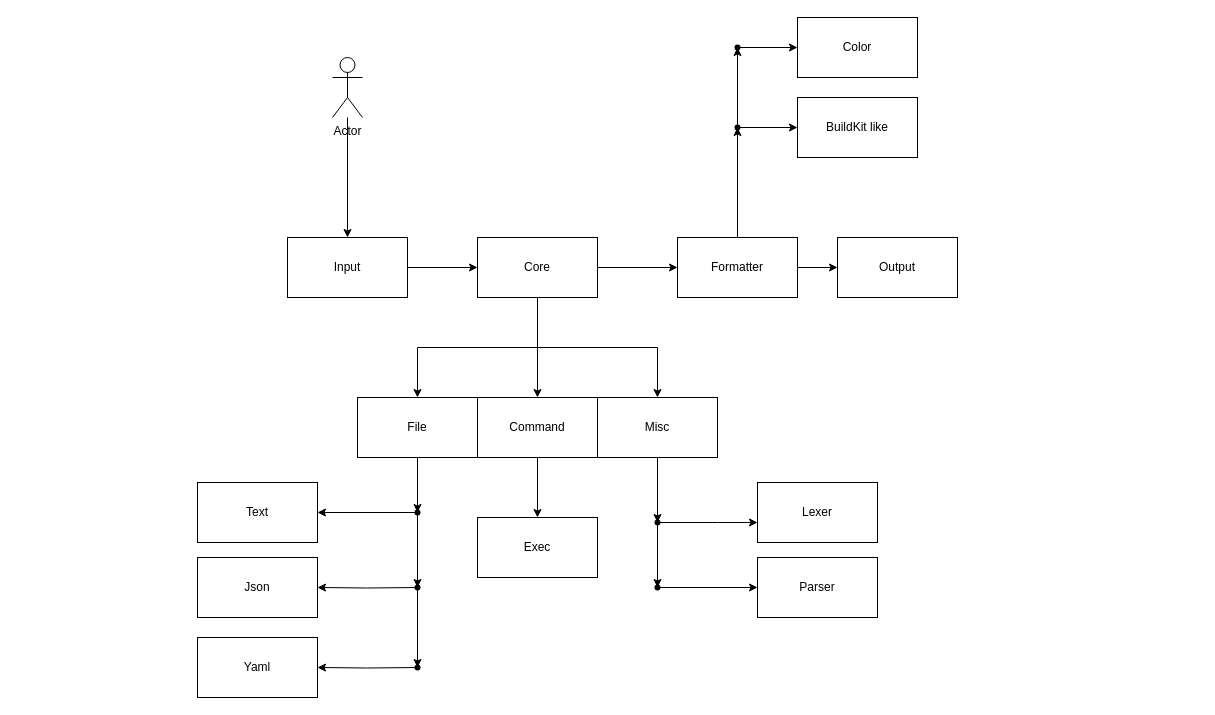
The draw.io diagram justcli.drawio in jahid90/just-cli, before the edit. Source tidied: cells renumbered, new cells numbered last; positions are measured from the earlier drawing's top-left corner, leaving out a move shared by most shapes. Both pictures are drawn from the tidied source at 100%, with x=0, y=0 at pixel (197, 17).
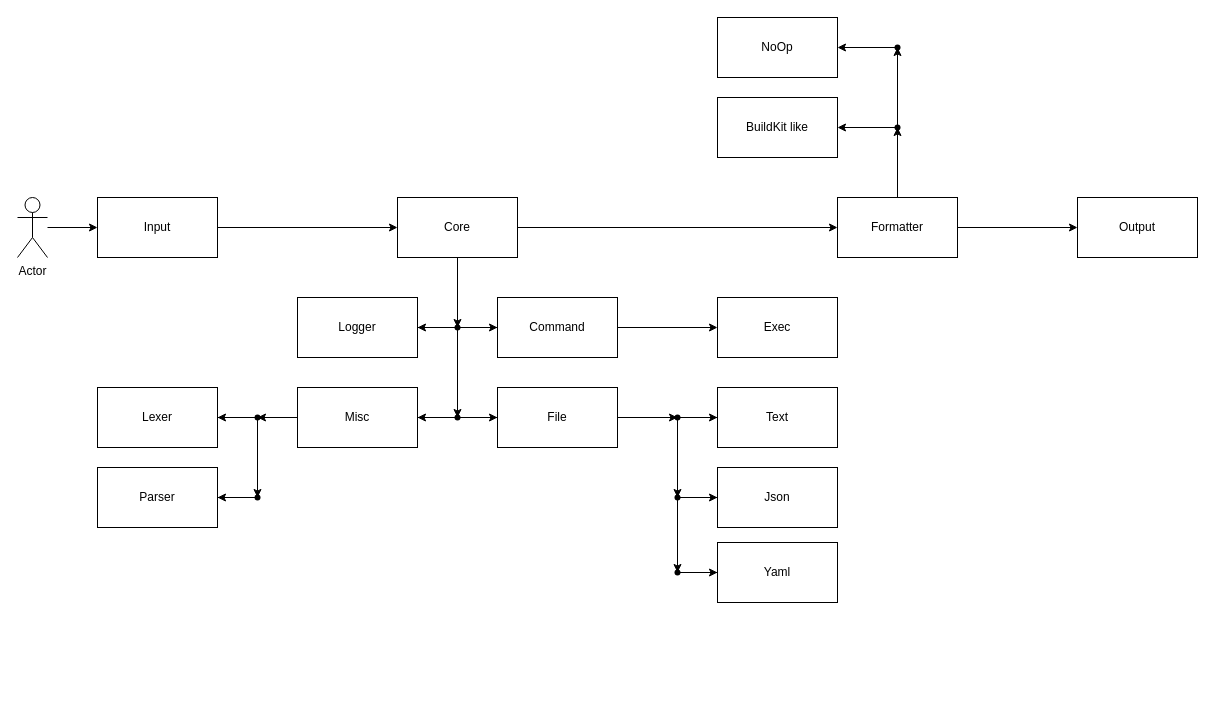
Above is the later version.

The edit, as a diff of the source:
```diff
@@
-    <mxCell id="3" style="edgeStyle=orthogonalEdgeStyle;rounded=0;jettySize=auto;html=1;" parent="1" edge="1" source="6" target="15">
-      <mxGeometry relative="1" as="geometry" />
-    </mxCell>
-    <mxCell id="4" style="edgeStyle=orthogonalEdgeStyle;rounded=0;jettySize=auto;html=1;entryX=0.5;entryY=0;entryDx=0;entryDy=0;" parent="1" edge="1" source="6" target="17">
-      <mxGeometry relative="1" as="geometry" />
-    </mxCell>
-    <mxCell id="5" style="edgeStyle=orthogonalEdgeStyle;rounded=0;jettySize=auto;html=1;entryX=0.5;entryY=0;entryDx=0;entryDy=0;" parent="1" edge="1" source="6" target="13">
-      <mxGeometry relative="1" as="geometry" />
-    </mxCell>
+    <mxCell id="47" style="edgeStyle=orthogonalEdgeStyle;rounded=0;jettySize=auto;html=1;" parent="1" edge="1" source="6" target="55">
+      <mxGeometry relative="1" as="geometry" />
+    </mxCell>
     <mxCell id="6" value="Core" style="rounded=0;whiteSpace=wrap;html=1;" parent="1" vertex="1">
-      <mxGeometry x="280" y="220" width="120" height="60" as="geometry" />
+      <mxGeometry x="200" y="180" width="120" height="60" as="geometry" />
     </mxCell>
@@
     <mxCell id="8" value="Input" style="rounded=0;whiteSpace=wrap;html=1;" parent="1" vertex="1">
-      <mxGeometry x="90" y="220" width="120" height="60" as="geometry" />
+      <mxGeometry x="-100" y="180" width="120" height="60" as="geometry" />
     </mxCell>
@@
-    <mxCell id="10" style="edgeStyle=orthogonalEdgeStyle;rounded=0;jettySize=auto;html=1;" parent="1" edge="1" source="11" target="44">
-      <mxGeometry relative="1" as="geometry" />
-    </mxCell>
+    <mxCell id="48" style="edgeStyle=orthogonalEdgeStyle;rounded=0;jettySize=auto;html=1;" parent="1" edge="1" source="11" target="74">
+      <mxGeometry relative="1" as="geometry" />
+    </mxCell>
     <mxCell id="11" value="Formatter" style="rounded=0;whiteSpace=wrap;html=1;" parent="1" vertex="1">
-      <mxGeometry x="480" y="220" width="120" height="60" as="geometry" />
+      <mxGeometry x="640" y="180" width="120" height="60" as="geometry" />
     </mxCell>
-    <mxCell id="12" style="edgeStyle=orthogonalEdgeStyle;rounded=0;jettySize=auto;html=1;" parent="1" edge="1" source="13" target="23">
-      <mxGeometry relative="1" as="geometry" />
-    </mxCell>
+    <mxCell id="49" style="edgeStyle=orthogonalEdgeStyle;rounded=0;jettySize=auto;html=1;" parent="1" edge="1" source="13" target="61">
+      <mxGeometry relative="1" as="geometry" />
+    </mxCell>
     <mxCell id="13" value="File" style="rounded=0;whiteSpace=wrap;html=1;" parent="1" vertex="1">
-      <mxGeometry x="160" y="380" width="120" height="60" as="geometry" />
+      <mxGeometry x="300" y="370" width="120" height="60" as="geometry" />
     </mxCell>
@@
     <mxCell id="15" value="Command" style="rounded=0;whiteSpace=wrap;html=1;" parent="1" vertex="1">
-      <mxGeometry x="280" y="380" width="120" height="60" as="geometry" />
+      <mxGeometry x="300" y="280" width="120" height="60" as="geometry" />
     </mxCell>
-    <mxCell id="16" style="edgeStyle=orthogonalEdgeStyle;rounded=0;jettySize=auto;html=1;" parent="1" edge="1" source="17" target="34">
-      <mxGeometry relative="1" as="geometry" />
-    </mxCell>
+    <mxCell id="50" style="edgeStyle=orthogonalEdgeStyle;rounded=0;jettySize=auto;html=1;" parent="1" edge="1" source="17" target="69">
+      <mxGeometry relative="1" as="geometry" />
+    </mxCell>
     <mxCell id="17" value="Misc" style="rounded=0;whiteSpace=wrap;html=1;" parent="1" vertex="1">
-      <mxGeometry x="400" y="380" width="120" height="60" as="geometry" />
+      <mxGeometry x="100" y="370" width="120" height="60" as="geometry" />
     </mxCell>
     <mxCell id="18" value="Text" style="rounded=0;whiteSpace=wrap;html=1;" parent="1" vertex="1">
-      <mxGeometry y="465" width="120" height="60" as="geometry" />
+      <mxGeometry x="520" y="370" width="120" height="60" as="geometry" />
     </mxCell>
     <mxCell id="19" value="Json" style="rounded=0;whiteSpace=wrap;html=1;" parent="1" vertex="1">
-      <mxGeometry y="540" width="120" height="60" as="geometry" />
+      <mxGeometry x="520" y="450" width="120" height="60" as="geometry" />
     </mxCell>
     <mxCell id="20" value="Yaml" style="rounded=0;whiteSpace=wrap;html=1;" parent="1" vertex="1">
-      <mxGeometry y="620" width="120" height="60" as="geometry" />
+      <mxGeometry x="520" y="525" width="120" height="60" as="geometry" />
     </mxCell>
-    <mxCell id="21" style="edgeStyle=orthogonalEdgeStyle;rounded=0;jettySize=auto;html=1;" parent="1" edge="1" source="23" target="18">
-      <mxGeometry relative="1" as="geometry" />
-    </mxCell>
-    <mxCell id="22" style="edgeStyle=orthogonalEdgeStyle;rounded=0;jettySize=auto;html=1;" parent="1" edge="1" source="23" target="26">
-      <mxGeometry relative="1" as="geometry" />
-    </mxCell>
-    <mxCell id="23" style="shape=waypoint;size=6;points=[];fillColor=#2a2a2a;perimeter=centerPerimeter;snapToPoint=1;rounded=0;" parent="1" vertex="1">
-      <mxGeometry x="200" y="475" width="40" height="40" as="geometry" />
-    </mxCell>
-    <mxCell id="24" style="edgeStyle=orthogonalEdgeStyle;rounded=0;jettySize=auto;html=1;" parent="1" edge="1" target="19">
-      <mxGeometry relative="1" as="geometry">
-        <mxPoint x="220" y="570" as="sourcePoint" />
-      </mxGeometry>
-    </mxCell>
-    <mxCell id="25" style="edgeStyle=orthogonalEdgeStyle;rounded=0;jettySize=auto;html=1;" parent="1" edge="1" source="26" target="28">
-      <mxGeometry relative="1" as="geometry" />
-    </mxCell>
-    <mxCell id="26" style="shape=waypoint;size=6;points=[];fillColor=#2a2a2a;perimeter=centerPerimeter;snapToPoint=1;rounded=0;" parent="1" vertex="1">
-      <mxGeometry x="200" y="550" width="40" height="40" as="geometry" />
-    </mxCell>
-    <mxCell id="27" style="edgeStyle=orthogonalEdgeStyle;rounded=0;jettySize=auto;html=1;" parent="1" edge="1" target="20">
-      <mxGeometry relative="1" as="geometry">
-        <mxPoint x="220" y="650" as="sourcePoint" />
-      </mxGeometry>
-    </mxCell>
-    <mxCell id="28" style="shape=waypoint;size=6;points=[];fillColor=#2a2a2a;perimeter=centerPerimeter;snapToPoint=1;rounded=0;" parent="1" vertex="1">
-      <mxGeometry x="200" y="630" width="40" height="40" as="geometry" />
-    </mxCell>
     <mxCell id="29" value="Exec" style="rounded=0;whiteSpace=wrap;html=1;" parent="1" vertex="1">
-      <mxGeometry x="280" y="500" width="120" height="60" as="geometry" />
+      <mxGeometry x="520" y="280" width="120" height="60" as="geometry" />
     </mxCell>
     <mxCell id="30" value="Lexer" style="rounded=0;whiteSpace=wrap;html=1;" parent="1" vertex="1">
-      <mxGeometry x="560" y="465" width="120" height="60" as="geometry" />
+      <mxGeometry x="-100" y="370" width="120" height="60" as="geometry" />
     </mxCell>
     <mxCell id="31" value="Parser" style="rounded=0;whiteSpace=wrap;html=1;" parent="1" vertex="1">
-      <mxGeometry x="560" y="540" width="120" height="60" as="geometry" />
+      <mxGeometry x="-100" y="450" width="120" height="60" as="geometry" />
     </mxCell>
-    <mxCell id="32" style="edgeStyle=orthogonalEdgeStyle;rounded=0;jettySize=auto;html=1;" parent="1" edge="1" source="34">
-      <mxGeometry relative="1" as="geometry">
-        <mxPoint x="560" y="505" as="targetPoint" />
-      </mxGeometry>
-    </mxCell>
-    <mxCell id="33" style="edgeStyle=orthogonalEdgeStyle;rounded=0;jettySize=auto;html=1;" parent="1" edge="1" source="34" target="36">
-      <mxGeometry relative="1" as="geometry" />
-    </mxCell>
-    <mxCell id="34" style="shape=waypoint;size=6;points=[];fillColor=#2a2a2a;perimeter=centerPerimeter;snapToPoint=1;rounded=0;" parent="1" vertex="1">
-      <mxGeometry x="440" y="485" width="40" height="40" as="geometry" />
-    </mxCell>
-    <mxCell id="35" style="edgeStyle=orthogonalEdgeStyle;rounded=0;jettySize=auto;html=1;" parent="1" edge="1" source="36" target="31">
-      <mxGeometry relative="1" as="geometry" />
-    </mxCell>
-    <mxCell id="36" style="shape=waypoint;size=6;points=[];fillColor=#2a2a2a;perimeter=centerPerimeter;snapToPoint=1;rounded=0;" parent="1" vertex="1">
-      <mxGeometry x="440" y="550" width="40" height="40" as="geometry" />
-    </mxCell>
@@
     <mxCell id="38" value="Actor" style="shape=umlActor;verticalLabelPosition=bottom;verticalAlign=top;html=1;outlineConnect=0;" parent="1" vertex="1">
-      <mxGeometry x="135" y="40" width="30" height="60" as="geometry" />
+      <mxGeometry x="-180" y="180" width="30" height="60" as="geometry" />
     </mxCell>
     <mxCell id="39" value="Output" style="rounded=0;whiteSpace=wrap;html=1;" parent="1" vertex="1">
-      <mxGeometry x="640" y="220" width="120" height="60" as="geometry" />
+      <mxGeometry x="880" y="180" width="120" height="60" as="geometry" />
     </mxCell>
     <mxCell id="40" value="BuildKit like" style="rounded=0;whiteSpace=wrap;html=1;" parent="1" vertex="1">
-      <mxGeometry x="600" y="80" width="120" height="60" as="geometry" />
+      <mxGeometry x="520" y="80" width="120" height="60" as="geometry" />
     </mxCell>
-    <mxCell id="41" value="Color" style="rounded=0;whiteSpace=wrap;html=1;" parent="1" vertex="1">
-      <mxGeometry x="600" width="120" height="60" as="geometry" />
+    <mxCell id="41" value="NoOp" style="rounded=0;whiteSpace=wrap;html=1;" parent="1" vertex="1">
+      <mxGeometry x="520" width="120" height="60" as="geometry" />
     </mxCell>
-    <mxCell id="42" style="edgeStyle=orthogonalEdgeStyle;rounded=0;jettySize=auto;html=1;" parent="1" edge="1" source="44" target="40">
-      <mxGeometry relative="1" as="geometry" />
-    </mxCell>
-    <mxCell id="43" style="edgeStyle=orthogonalEdgeStyle;rounded=0;jettySize=auto;html=1;" parent="1" edge="1" source="44" target="46">
-      <mxGeometry relative="1" as="geometry" />
-    </mxCell>
-    <mxCell id="44" style="shape=waypoint;size=6;points=[];fillColor=#2a2a2a;perimeter=centerPerimeter;snapToPoint=1;rounded=0;" parent="1" vertex="1">
-      <mxGeometry x="520" y="90" width="40" height="40" as="geometry" />
-    </mxCell>
-    <mxCell id="45" style="edgeStyle=orthogonalEdgeStyle;rounded=0;jettySize=auto;html=1;" parent="1" edge="1" source="46" target="41">
-      <mxGeometry relative="1" as="geometry" />
-    </mxCell>
-    <mxCell id="46" style="shape=waypoint;size=6;points=[];fillColor=#2a2a2a;perimeter=centerPerimeter;snapToPoint=1;rounded=0;" parent="1" vertex="1">
-      <mxGeometry x="520" y="10" width="40" height="40" as="geometry" />
-    </mxCell>
+    <mxCell id="51" value="Logger" style="rounded=0;whiteSpace=wrap;html=1;" parent="1" vertex="1">
+      <mxGeometry x="100" y="280" width="120" height="60" as="geometry" />
+    </mxCell>
+    <mxCell id="52" style="edgeStyle=orthogonalEdgeStyle;rounded=0;jettySize=auto;html=1;" parent="1" edge="1" source="55" target="15">
+      <mxGeometry relative="1" as="geometry" />
+    </mxCell>
+    <mxCell id="53" style="edgeStyle=orthogonalEdgeStyle;rounded=0;jettySize=auto;html=1;" parent="1" edge="1" source="55" target="51">
+      <mxGeometry relative="1" as="geometry" />
+    </mxCell>
+    <mxCell id="54" style="edgeStyle=orthogonalEdgeStyle;rounded=0;jettySize=auto;html=1;" parent="1" edge="1" source="55" target="58">
+      <mxGeometry relative="1" as="geometry" />
+    </mxCell>
+    <mxCell id="55" style="shape=waypoint;size=6;points=[];fillColor=#2a2a2a;perimeter=centerPerimeter;snapToPoint=1;rounded=0;" parent="1" vertex="1">
+      <mxGeometry x="240" y="290" width="40" height="40" as="geometry" />
+    </mxCell>
+    <mxCell id="56" style="edgeStyle=orthogonalEdgeStyle;rounded=0;jettySize=auto;html=1;" parent="1" edge="1" source="58" target="13">
+      <mxGeometry relative="1" as="geometry" />
+    </mxCell>
+    <mxCell id="57" style="edgeStyle=orthogonalEdgeStyle;rounded=0;jettySize=auto;html=1;" parent="1" edge="1" source="58" target="17">
+      <mxGeometry relative="1" as="geometry" />
+    </mxCell>
+    <mxCell id="58" style="shape=waypoint;size=6;points=[];fillColor=#2a2a2a;perimeter=centerPerimeter;snapToPoint=1;rounded=0;" parent="1" vertex="1">
+      <mxGeometry x="240" y="380" width="40" height="40" as="geometry" />
+    </mxCell>
+    <mxCell id="59" style="edgeStyle=orthogonalEdgeStyle;rounded=0;jettySize=auto;html=1;" parent="1" edge="1" source="61" target="18">
+      <mxGeometry relative="1" as="geometry" />
+    </mxCell>
+    <mxCell id="60" style="edgeStyle=orthogonalEdgeStyle;rounded=0;jettySize=auto;html=1;" parent="1" edge="1" source="61" target="64">
+      <mxGeometry relative="1" as="geometry" />
+    </mxCell>
+    <mxCell id="61" style="shape=waypoint;size=6;points=[];fillColor=#2a2a2a;perimeter=centerPerimeter;snapToPoint=1;rounded=0;" parent="1" vertex="1">
+      <mxGeometry x="460" y="380" width="40" height="40" as="geometry" />
+    </mxCell>
+    <mxCell id="62" style="edgeStyle=orthogonalEdgeStyle;rounded=0;jettySize=auto;html=1;" parent="1" edge="1" source="64" target="66">
+      <mxGeometry relative="1" as="geometry" />
+    </mxCell>
+    <mxCell id="63" style="edgeStyle=orthogonalEdgeStyle;rounded=0;jettySize=auto;html=1;" parent="1" edge="1" source="64" target="19">
+      <mxGeometry relative="1" as="geometry" />
+    </mxCell>
+    <mxCell id="64" style="shape=waypoint;size=6;points=[];fillColor=#2a2a2a;perimeter=centerPerimeter;snapToPoint=1;rounded=0;" parent="1" vertex="1">
+      <mxGeometry x="460" y="460" width="40" height="40" as="geometry" />
+    </mxCell>
+    <mxCell id="65" style="edgeStyle=orthogonalEdgeStyle;rounded=0;jettySize=auto;html=1;" parent="1" edge="1" source="66" target="20">
+      <mxGeometry relative="1" as="geometry" />
+    </mxCell>
+    <mxCell id="66" style="shape=waypoint;size=6;points=[];fillColor=#2a2a2a;perimeter=centerPerimeter;snapToPoint=1;rounded=0;" parent="1" vertex="1">
+      <mxGeometry x="460" y="535" width="40" height="40" as="geometry" />
+    </mxCell>
+    <mxCell id="67" style="edgeStyle=orthogonalEdgeStyle;rounded=0;jettySize=auto;html=1;" parent="1" edge="1" source="69" target="71">
+      <mxGeometry relative="1" as="geometry" />
+    </mxCell>
+    <mxCell id="68" style="edgeStyle=orthogonalEdgeStyle;rounded=0;jettySize=auto;html=1;" parent="1" edge="1" source="69" target="30">
+      <mxGeometry relative="1" as="geometry" />
+    </mxCell>
+    <mxCell id="69" style="shape=waypoint;size=6;points=[];fillColor=#2a2a2a;perimeter=centerPerimeter;snapToPoint=1;rounded=0;" parent="1" vertex="1">
+      <mxGeometry x="40" y="380" width="40" height="40" as="geometry" />
+    </mxCell>
+    <mxCell id="70" style="edgeStyle=orthogonalEdgeStyle;rounded=0;jettySize=auto;html=1;" parent="1" edge="1" source="71" target="31">
+      <mxGeometry relative="1" as="geometry" />
+    </mxCell>
+    <mxCell id="71" style="shape=waypoint;size=6;points=[];fillColor=#2a2a2a;perimeter=centerPerimeter;snapToPoint=1;rounded=0;" parent="1" vertex="1">
+      <mxGeometry x="40" y="460" width="40" height="40" as="geometry" />
+    </mxCell>
+    <mxCell id="72" style="edgeStyle=orthogonalEdgeStyle;rounded=0;jettySize=auto;html=1;" parent="1" edge="1" source="74" target="76">
+      <mxGeometry relative="1" as="geometry" />
+    </mxCell>
+    <mxCell id="73" style="edgeStyle=orthogonalEdgeStyle;rounded=0;jettySize=auto;html=1;" parent="1" edge="1" source="74" target="40">
+      <mxGeometry relative="1" as="geometry" />
+    </mxCell>
+    <mxCell id="74" style="shape=waypoint;size=6;points=[];fillColor=#2a2a2a;perimeter=centerPerimeter;snapToPoint=1;rounded=0;" parent="1" vertex="1">
+      <mxGeometry x="680" y="90" width="40" height="40" as="geometry" />
+    </mxCell>
+    <mxCell id="75" style="edgeStyle=orthogonalEdgeStyle;rounded=0;jettySize=auto;html=1;" parent="1" edge="1" source="76" target="41">
+      <mxGeometry relative="1" as="geometry" />
+    </mxCell>
+    <mxCell id="76" style="shape=waypoint;size=6;points=[];fillColor=#2a2a2a;perimeter=centerPerimeter;snapToPoint=1;rounded=0;" parent="1" vertex="1">
+      <mxGeometry x="680" y="10" width="40" height="40" as="geometry" />
+    </mxCell>
```
